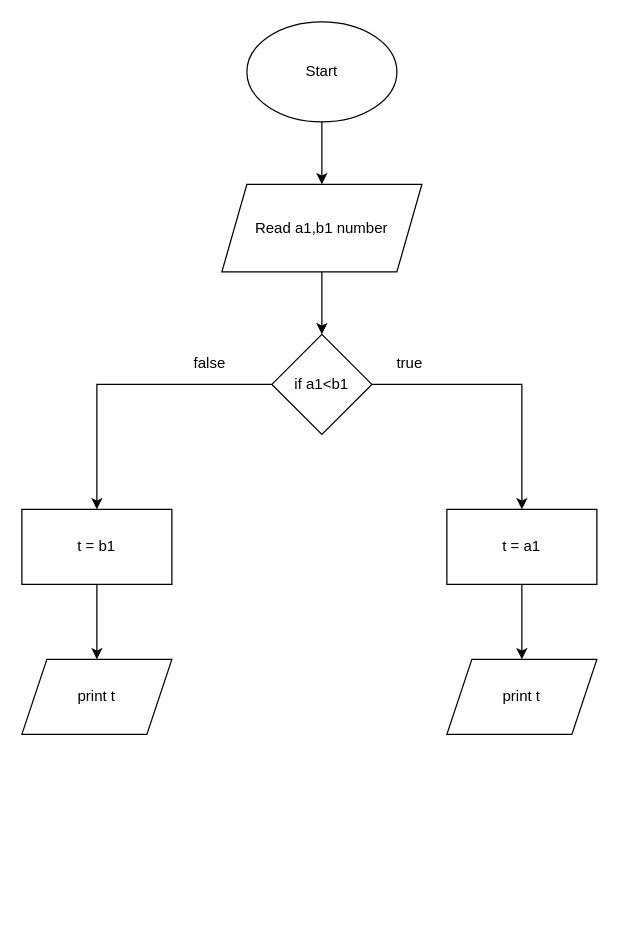
This is baitap1.drawio from buihung0602/baitap-ss1, a draw.io file, before an edit. Source tidied: cells renumbered, new cells numbered last; positions are measured from the earlier drawing's top-left corner, leaving out a move shared by most shapes. Both pictures are drawn from the tidied source at 125%, with x=0, y=0 at pixel (21, 21).
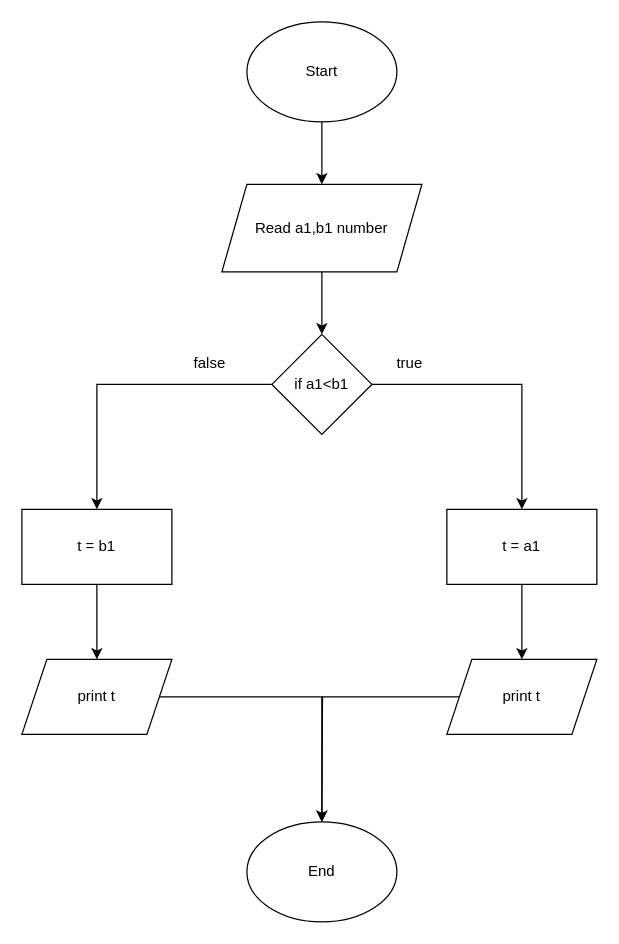
After the change.

The change refers to these unchanged cells:
```xml
<mxCell id="14" value="print t" style="shape=parallelogram;perimeter=parallelogramPerimeter;whiteSpace=wrap;html=1;fixedSize=1;" parent="1" vertex="1">
  <mxGeometry y="510" width="120" height="60" as="geometry" />
</mxCell>
<mxCell id="16" value="print t" style="shape=parallelogram;perimeter=parallelogramPerimeter;whiteSpace=wrap;html=1;fixedSize=1;" parent="1" vertex="1">
  <mxGeometry x="340" y="510" width="120" height="60" as="geometry" />
</mxCell>
```

What changed in the source:
```diff
@@
+    <mxCell id="17" style="edgeStyle=orthogonalEdgeStyle;rounded=0;jettySize=auto;html=1;" parent="1" edge="1" source="14" target="19">
+      <mxGeometry relative="1" as="geometry" />
+    </mxCell>
@@
+    <mxCell id="18" style="edgeStyle=orthogonalEdgeStyle;rounded=0;jettySize=auto;html=1;" parent="1" edge="1" source="16">
+      <mxGeometry relative="1" as="geometry">
+        <mxPoint x="240" y="640" as="targetPoint" />
+      </mxGeometry>
+    </mxCell>
@@
+    <mxCell id="19" value="End" style="ellipse;whiteSpace=wrap;html=1;" parent="1" vertex="1">
+      <mxGeometry x="180" y="640" width="120" height="80" as="geometry" />
+    </mxCell>
```
